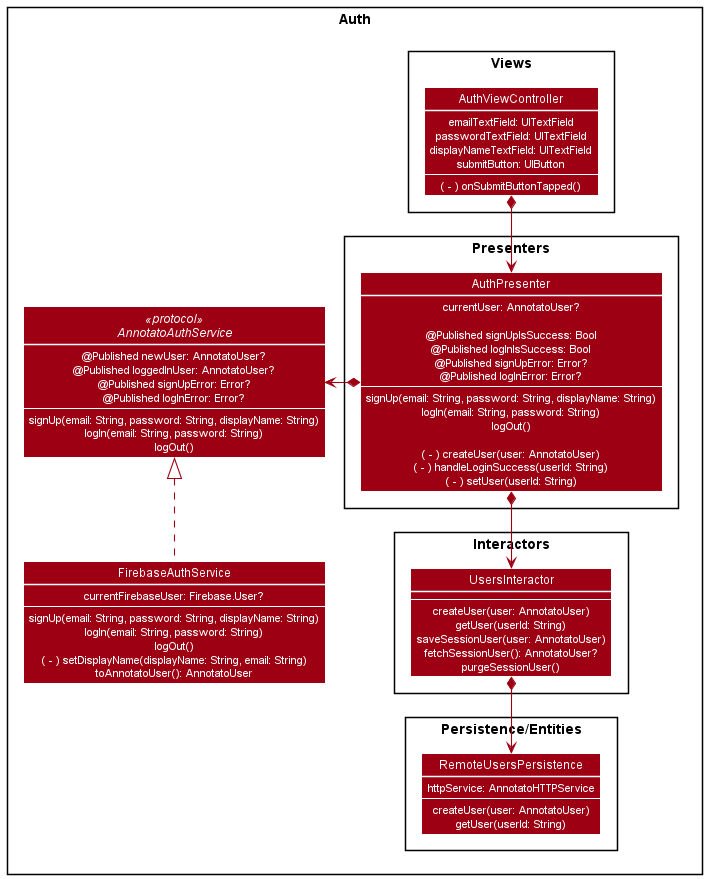
The PlantUML diagram docs/diagrams/auth-module-diagram.png in Annotato/annotato, before a commit.
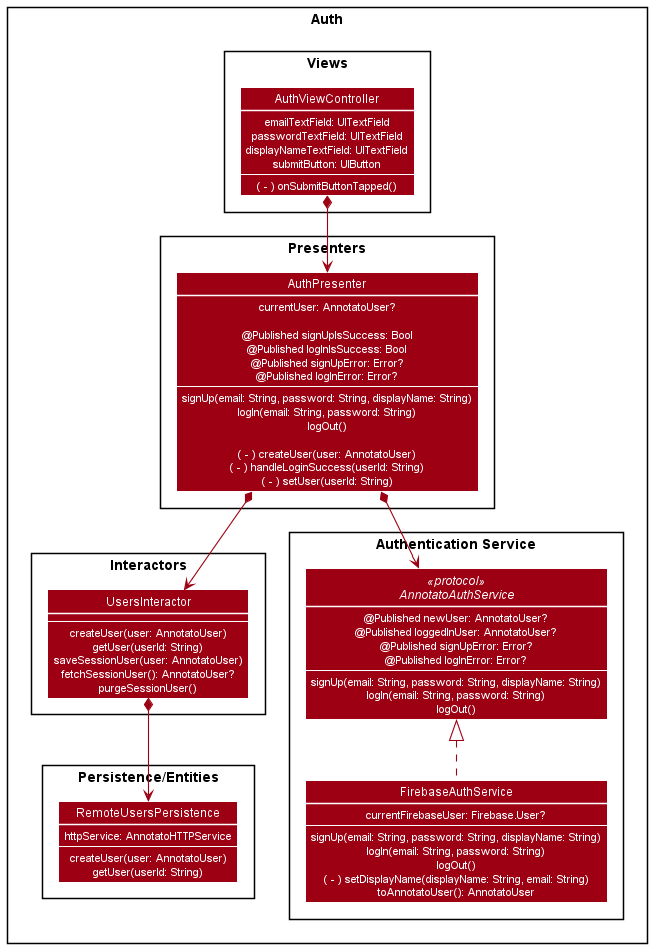
After the commit.

Commit message:
Relayout auth diagram

Change to the diagram source:
```diff
@@ -55,32 +55,34 @@
         }
     }
 
-    Interface AnnotatoAuthService <<protocol>> {
-        @Published newUser: AnnotatoUser?
-        @Published loggedInUser: AnnotatoUser?
-        @Published signUpError: Error?
-        @Published logInError: Error?
-        --
-        signUp(email: String, password: String, displayName: String)
-        logIn(email: String, password: String)
-        logOut()
-    }
+    Package "Authentication Service" {
+        Interface AnnotatoAuthService <<protocol>> {
+            @Published newUser: AnnotatoUser?
+            @Published loggedInUser: AnnotatoUser?
+            @Published signUpError: Error?
+            @Published logInError: Error?
+            --
+            signUp(email: String, password: String, displayName: String)
+            logIn(email: String, password: String)
+            logOut()
+        }
 
-    Class FirebaseAuthService {
-        currentFirebaseUser: Firebase.User?
-        --
-        signUp(email: String, password: String, displayName: String)
-        logIn(email: String, password: String)
-        logOut()
-        ( - ) setDisplayName(displayName: String, email: String)
-        toAnnotatoUser(): AnnotatoUser
+        Class FirebaseAuthService {
+            currentFirebaseUser: Firebase.User?
+            --
+            signUp(email: String, password: String, displayName: String)
+            logIn(email: String, password: String)
+            logOut()
+            ( - ) setDisplayName(displayName: String, email: String)
+            toAnnotatoUser(): AnnotatoUser
+        }
     }
 
     AuthViewController *-down-> AuthPresenter
     AuthPresenter *-down-> UsersInteractor
     UsersInteractor *-down-> RemoteUsersPersistence
 
-    AuthPresenter *-> AnnotatoAuthService
+    AuthPresenter *-down-> AnnotatoAuthService
     FirebaseAuthService .up.|> AnnotatoAuthService
 }
 
```
